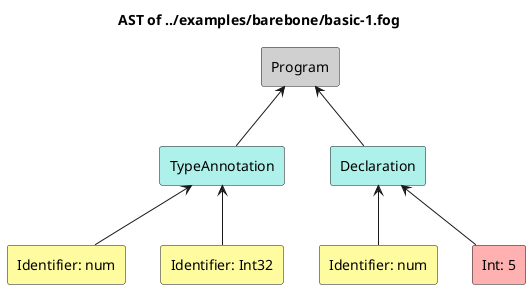
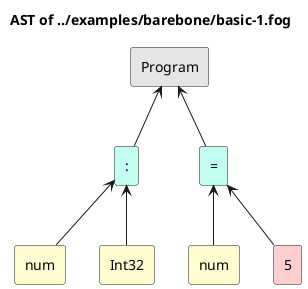
@startuml AST of ../examples/barebone/basic-1.fog
title AST of ../examples/barebone/basic-1.fog
- rectangle "Program" as n0 #d0d0d0
- rectangle "TypeAnnotation" as n1 #aef1eb
- rectangle "Identifier: num" as n2 #fffc9f
- rectangle "Identifier: Int32" as n3 #fffc9f
+ rectangle "Program" as n0 #e5e5e5
+ rectangle ":" as n1 #c2fff2
+ rectangle "num" as n2 #fffdd0
+ rectangle "Int32" as n3 #fffdd0
n1 <-- n2
n1 <-- n3
n0 <-- n1
- rectangle "Declaration" as n4 #aef1eb
- rectangle "Identifier: num" as n5 #fffc9f
- rectangle "Int: 5" as n6 #ffb0b0
+ rectangle "=" as n4 #c2fff2
+ rectangle "num" as n5 #fffdd0
+ rectangle "5" as n6 #ffcece
n4 <-- n5
n4 <-- n6
n0 <-- n4
@enduml
